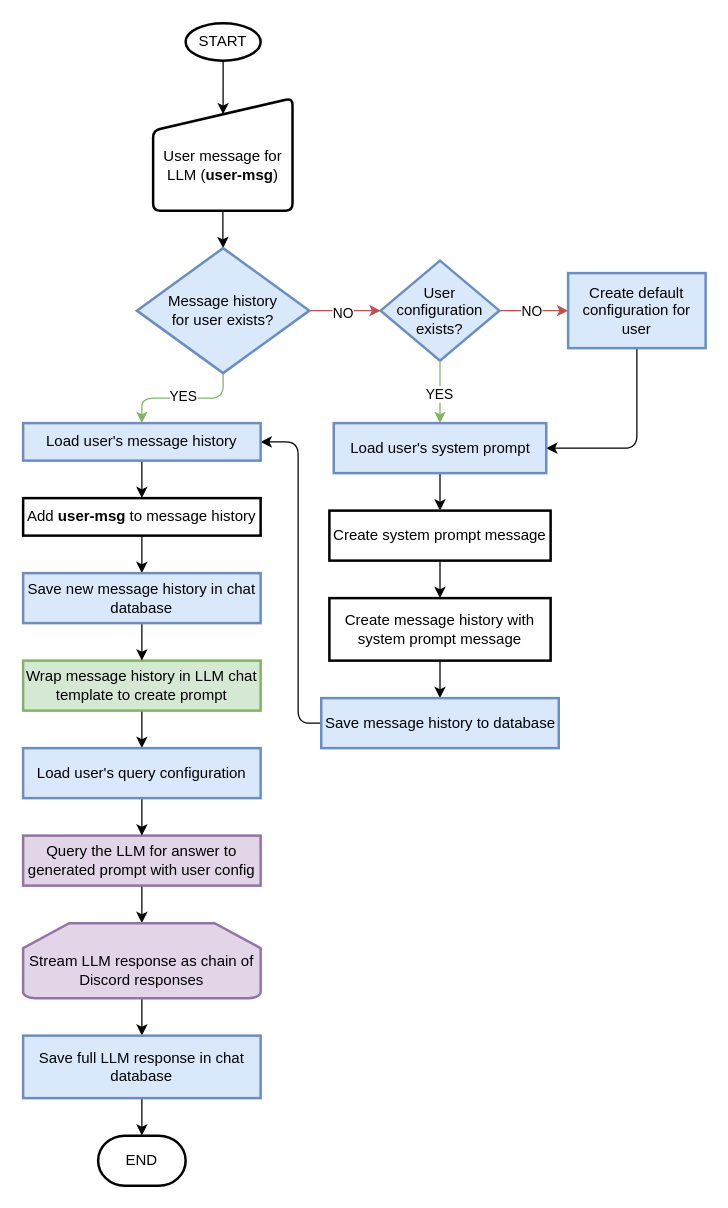
SteelPh0enix/unreasonable-llama-discord keeps this draw.io diagram as page "Inference command workflow" (2 of 2) of docs/architecture.drawio. Above is the earlier version. Source tidied: cells renumbered, new cells numbered last; positions are measured from the earlier drawing's top-left corner, leaving out a move shared by most shapes. Both pictures are drawn from the tidied source at 125%, with x=0, y=0 at pixel (22, 22).
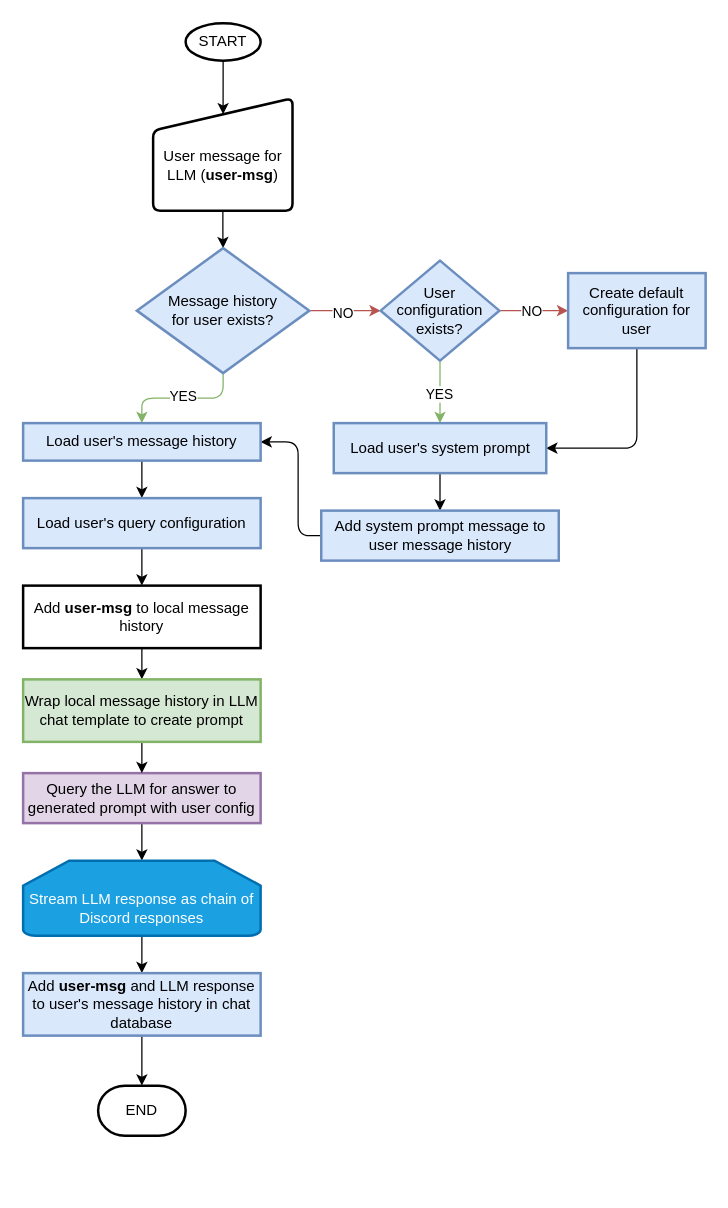
After the change.

The change refers to these unchanged cells:
```xml
<mxCell id="19" value="Load user's system prompt" style="rounded=0;whiteSpace=wrap;html=1;absoluteArcSize=1;arcSize=14;strokeWidth=2;fillColor=#dae8fc;strokeColor=#6c8ebf;" parent="1" vertex="1">
  <mxGeometry x="248.5" y="320" width="170" height="40" as="geometry" />
</mxCell>
<mxCell id="27" value="Load user's message history" style="rounded=0;whiteSpace=wrap;html=1;absoluteArcSize=1;arcSize=14;strokeWidth=2;fillColor=#dae8fc;strokeColor=#6c8ebf;" parent="1" vertex="1">
  <mxGeometry y="320" width="190" height="30" as="geometry" />
</mxCell>
```

Diff of the diagram source:
```diff
@@
-    <mxCell id="18" style="edgeStyle=orthogonalEdgeStyle;jettySize=auto;html=1;" parent="1" edge="1" source="19" target="21">
+    <mxCell id="18" style="edgeStyle=orthogonalEdgeStyle;jettySize=auto;html=1;" parent="1" edge="1" source="19" target="25">
       <mxGeometry relative="1" as="geometry" />
     </mxCell>
@@
-    <mxCell id="20" style="edgeStyle=orthogonalEdgeStyle;jettySize=auto;html=1;" parent="1" edge="1" source="21" target="23">
-      <mxGeometry relative="1" as="geometry" />
-    </mxCell>
-    <mxCell id="21" value="Create system prompt message" style="rounded=0;whiteSpace=wrap;html=1;absoluteArcSize=1;arcSize=14;strokeWidth=2;" parent="1" vertex="1">
-      <mxGeometry x="245" y="390" width="177" height="40" as="geometry" />
-    </mxCell>
-    <mxCell id="22" style="edgeStyle=orthogonalEdgeStyle;jettySize=auto;html=1;" parent="1" edge="1" source="23" target="25">
-      <mxGeometry relative="1" as="geometry" />
-    </mxCell>
-    <mxCell id="23" value="Create message history with system prompt message" style="rounded=0;whiteSpace=wrap;html=1;absoluteArcSize=1;arcSize=14;strokeWidth=2;" parent="1" vertex="1">
-      <mxGeometry x="245" y="460" width="177" height="50" as="geometry" />
-    </mxCell>
     <mxCell id="24" style="edgeStyle=orthogonalEdgeStyle;jettySize=auto;html=1;" parent="1" edge="1" source="25" target="27">
       <mxGeometry relative="1" as="geometry">
         <Array as="points">
-          <mxPoint x="220" y="560" />
+          <mxPoint x="220" y="410" />
           <mxPoint x="220" y="335" />
         </Array>
       </mxGeometry>
     </mxCell>
-    <mxCell id="25" value="Save message history to database" style="rounded=0;whiteSpace=wrap;html=1;absoluteArcSize=1;arcSize=14;strokeWidth=2;fillColor=#dae8fc;strokeColor=#6c8ebf;" parent="1" vertex="1">
-      <mxGeometry x="238.5" y="540" width="190" height="40" as="geometry" />
+    <mxCell id="25" value="Add system prompt message to user message history" style="rounded=0;whiteSpace=wrap;html=1;absoluteArcSize=1;arcSize=14;strokeWidth=2;fillColor=#dae8fc;strokeColor=#6c8ebf;" parent="1" vertex="1">
+      <mxGeometry x="238.5" y="390" width="190" height="40" as="geometry" />
     </mxCell>
-    <mxCell id="26" style="edgeStyle=orthogonalEdgeStyle;jettySize=auto;html=1;" parent="1" edge="1" source="27" target="29">
-      <mxGeometry relative="1" as="geometry" />
-    </mxCell>
+    <mxCell id="43" style="edgeStyle=orthogonalEdgeStyle;rounded=0;jettySize=auto;html=1;" parent="1" edge="1" source="27" target="39">
+      <mxGeometry relative="1" as="geometry" />
+    </mxCell>
@@
-    <mxCell id="28" style="edgeStyle=orthogonalEdgeStyle;jettySize=auto;html=1;" parent="1" edge="1" source="29" target="35">
-      <mxGeometry relative="1" as="geometry" />
-    </mxCell>
-    <mxCell id="29" value="Add &lt;b&gt;user-msg&lt;/b&gt; to message history" style="rounded=0;whiteSpace=wrap;html=1;absoluteArcSize=1;arcSize=14;strokeWidth=2;" parent="1" vertex="1">
-      <mxGeometry y="380" width="190" height="30" as="geometry" />
-    </mxCell>
-    <mxCell id="30" style="edgeStyle=orthogonalEdgeStyle;jettySize=auto;html=1;" parent="1" edge="1" source="31" target="39">
-      <mxGeometry relative="1" as="geometry" />
-    </mxCell>
-    <mxCell id="31" value="Wrap message history in LLM chat template to create prompt" style="rounded=0;whiteSpace=wrap;html=1;absoluteArcSize=1;arcSize=14;strokeWidth=2;fillColor=#d5e8d4;strokeColor=#82b366;" parent="1" vertex="1">
-      <mxGeometry y="510" width="190" height="40" as="geometry" />
-    </mxCell>
+    <mxCell id="44" style="edgeStyle=orthogonalEdgeStyle;rounded=0;orthogonalLoop=1;jettySize=auto;html=1;" parent="1" edge="1">
+      <mxGeometry relative="1" as="geometry">
+        <mxPoint x="95" y="430" as="sourcePoint" />
+      </mxGeometry>
+    </mxCell>
@@
     <mxCell id="33" value="Query the LLM for answer to generated prompt with user config" style="rounded=0;whiteSpace=wrap;html=1;absoluteArcSize=1;arcSize=14;strokeWidth=2;fillColor=#e1d5e7;strokeColor=#9673a6;" parent="1" vertex="1">
-      <mxGeometry y="650" width="190" height="40" as="geometry" />
+      <mxGeometry y="600" width="190" height="40" as="geometry" />
     </mxCell>
-    <mxCell id="34" style="edgeStyle=orthogonalEdgeStyle;jettySize=auto;html=1;" parent="1" edge="1" source="35" target="31">
-      <mxGeometry relative="1" as="geometry" />
-    </mxCell>
-    <mxCell id="35" value="Save new message history in chat database" style="rounded=0;whiteSpace=wrap;html=1;absoluteArcSize=1;arcSize=14;strokeWidth=2;fillColor=#dae8fc;strokeColor=#6c8ebf;" parent="1" vertex="1">
-      <mxGeometry y="440" width="190" height="40" as="geometry" />
-    </mxCell>
@@
-    <mxCell id="37" value="Stream LLM response as chain of Discord responses" style="strokeWidth=2;html=1;shape=mxgraph.flowchart.loop_limit;whiteSpace=wrap;spacingTop=15;fillColor=#e1d5e7;strokeColor=#9673a6;" parent="1" vertex="1">
-      <mxGeometry y="720" width="190" height="60" as="geometry" />
+    <mxCell id="37" value="Stream LLM response as chain of Discord responses" style="strokeWidth=2;html=1;shape=mxgraph.flowchart.loop_limit;whiteSpace=wrap;spacingTop=15;fillColor=#1ba1e2;strokeColor=#006EAF;fontColor=#ffffff;" parent="1" vertex="1">
+      <mxGeometry y="670" width="190" height="60" as="geometry" />
     </mxCell>
-    <mxCell id="38" style="edgeStyle=orthogonalEdgeStyle;jettySize=auto;html=1;" parent="1" edge="1" source="39" target="33">
-      <mxGeometry relative="1" as="geometry" />
-    </mxCell>
+    <mxCell id="45" style="edgeStyle=orthogonalEdgeStyle;rounded=0;jettySize=auto;html=1;" parent="1" edge="1" source="39" target="47">
+      <mxGeometry relative="1" as="geometry" />
+    </mxCell>
     <mxCell id="39" value="Load user's query configuration" style="rounded=0;whiteSpace=wrap;html=1;absoluteArcSize=1;arcSize=14;strokeWidth=2;fillColor=#dae8fc;strokeColor=#6c8ebf;" parent="1" vertex="1">
-      <mxGeometry y="580" width="190" height="40" as="geometry" />
+      <mxGeometry y="380" width="190" height="40" as="geometry" />
     </mxCell>
@@
-    <mxCell id="41" value="Save full LLM response in chat database" style="rounded=0;whiteSpace=wrap;html=1;absoluteArcSize=1;arcSize=14;strokeWidth=2;fillColor=#dae8fc;strokeColor=#6c8ebf;" parent="1" vertex="1">
-      <mxGeometry y="810" width="190" height="50" as="geometry" />
+    <mxCell id="41" value="Add &lt;b&gt;user-msg&lt;/b&gt; and LLM response to user's message history in&lt;span style=&quot;background-color: initial;&quot;&gt;&amp;nbsp;chat database&lt;/span&gt;" style="rounded=0;whiteSpace=wrap;html=1;absoluteArcSize=1;arcSize=14;strokeWidth=2;fillColor=#dae8fc;strokeColor=#6c8ebf;" parent="1" vertex="1">
+      <mxGeometry y="760" width="190" height="50" as="geometry" />
     </mxCell>
     <mxCell id="42" value="END" style="strokeWidth=2;html=1;shape=mxgraph.flowchart.terminator;whiteSpace=wrap;" parent="1" vertex="1">
-      <mxGeometry x="60" y="890" width="70" height="40" as="geometry" />
+      <mxGeometry x="60" y="850" width="70" height="40" as="geometry" />
     </mxCell>
+    <mxCell id="46" style="edgeStyle=orthogonalEdgeStyle;rounded=0;jettySize=auto;html=1;" parent="1" edge="1" source="47" target="49">
+      <mxGeometry relative="1" as="geometry" />
+    </mxCell>
+    <mxCell id="47" value="Add &lt;b&gt;user-msg&lt;/b&gt; to local message history" style="rounded=0;whiteSpace=wrap;html=1;absoluteArcSize=1;arcSize=14;strokeWidth=2;" parent="1" vertex="1">
+      <mxGeometry y="450" width="190" height="50" as="geometry" />
+    </mxCell>
+    <mxCell id="48" style="edgeStyle=orthogonalEdgeStyle;rounded=0;jettySize=auto;html=1;" parent="1" edge="1" source="49" target="33">
+      <mxGeometry relative="1" as="geometry" />
+    </mxCell>
+    <mxCell id="49" value="Wrap local message history in LLM chat template to create prompt" style="rounded=0;whiteSpace=wrap;html=1;absoluteArcSize=1;arcSize=14;strokeWidth=2;fillColor=#d5e8d4;strokeColor=#82b366;" parent="1" vertex="1">
+      <mxGeometry y="525" width="190" height="50" as="geometry" />
+    </mxCell>
```
